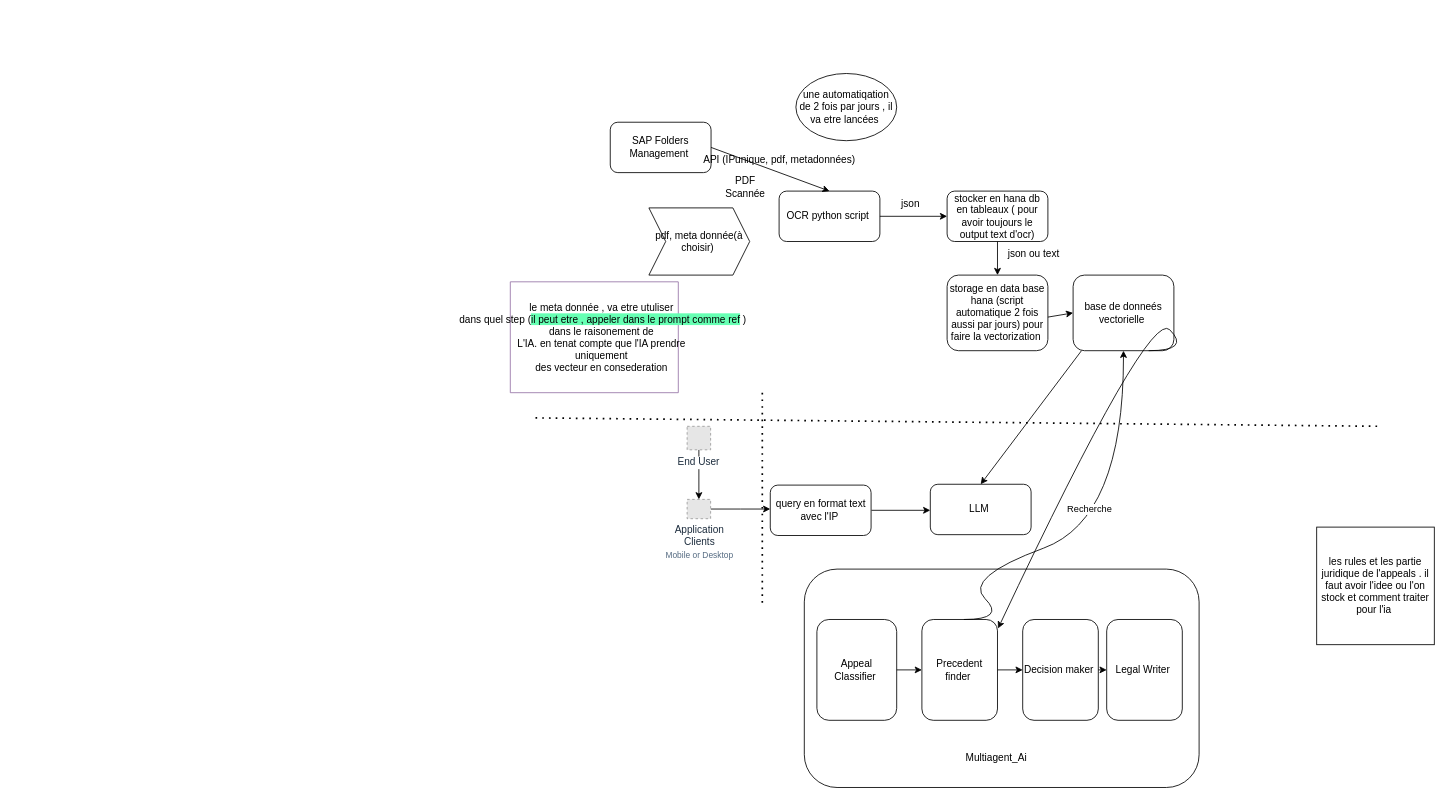
Before: architectureAI_appeals.drawio in sahar389/algorithme.data_structre, a draw.io diagram. Source tidied: cells renumbered, new cells numbered last; positions are measured from the earlier drawing's top-left corner, leaving out a move shared by most shapes. Both pictures are drawn from the tidied source at 84%, with x=0, y=0 at pixel (447, 73). Pictures stored in the file or linked from it are replaced by grey dashed boxes.
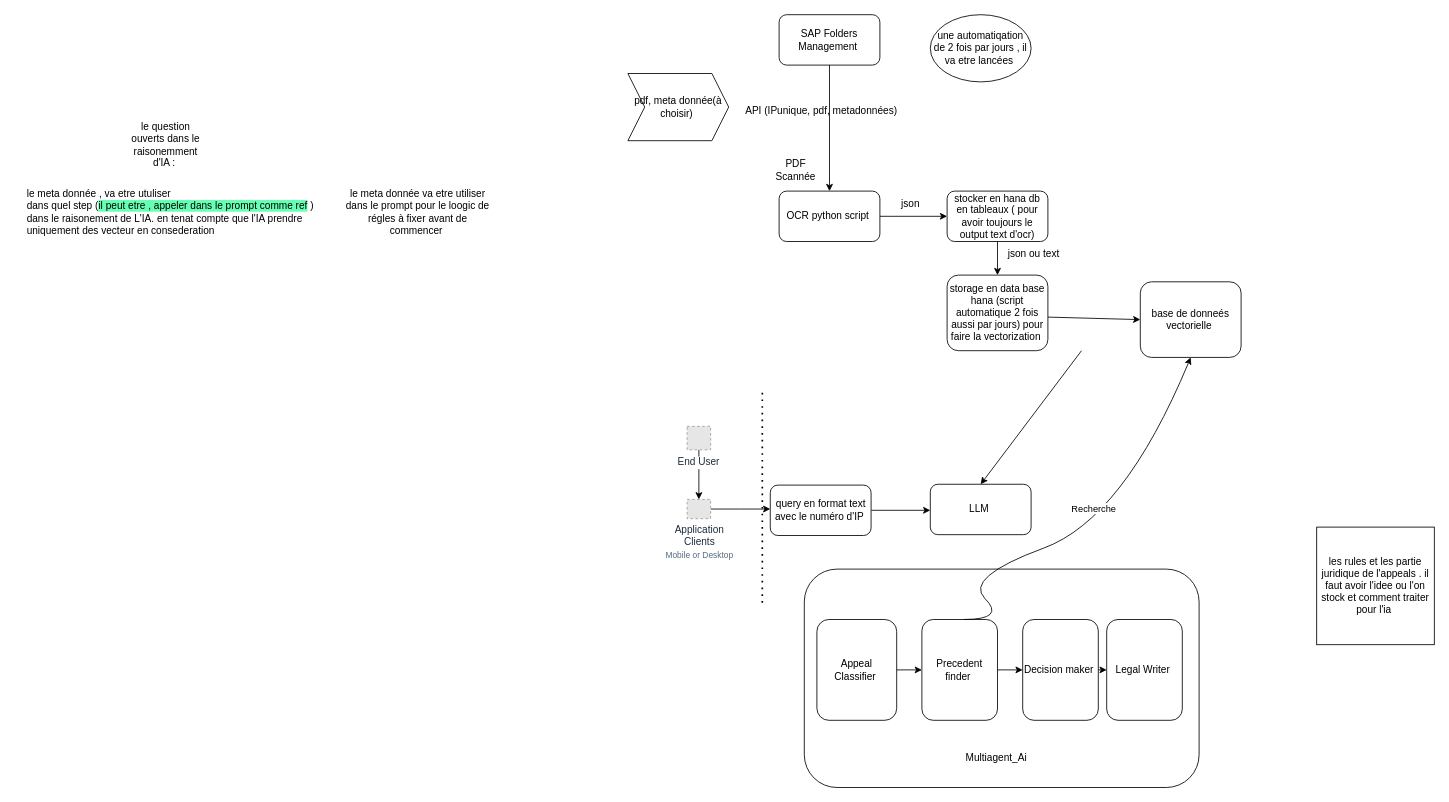
Above is the later version.

The change refers to these unchanged cells:
```xml
<mxCell id="7" value="OCR python script&amp;nbsp;" style="rounded=1;whiteSpace=wrap;html=1;" parent="1" vertex="1">
  <mxGeometry x="395" y="140" width="120" height="60" as="geometry" />
</mxCell>
<mxCell id="25" value="Precedent finder&amp;nbsp;" style="rounded=1;whiteSpace=wrap;html=1;" parent="1" vertex="1">
  <mxGeometry x="565" y="650" width="90" height="120" as="geometry" />
</mxCell>
```

The edit, as a diff of the source:
```diff
@@
-    <mxCell id="6" value="query en format text avec l'IP&amp;nbsp;" style="rounded=1;whiteSpace=wrap;html=1;" parent="1" vertex="1">
+    <mxCell id="6" value="query en format text avec le numéro d'IP&amp;nbsp;" style="rounded=1;whiteSpace=wrap;html=1;" parent="1" vertex="1">
       <mxGeometry x="384.5" y="490" width="120" height="60" as="geometry" />
     </mxCell>
@@
     <mxCell id="8" value="SAP Folders Management&amp;nbsp;" style="rounded=1;whiteSpace=wrap;html=1;" parent="1" vertex="1">
-      <mxGeometry x="194" y="58" width="120" height="60" as="geometry" />
+      <mxGeometry x="395" y="-70" width="120" height="60" as="geometry" />
     </mxCell>
-    <mxCell id="9" style="endArrow=classic;html=1;rounded=0;entryX=0.5;entryY=0;entryDx=0;entryDy=0;exitX=1;exitY=0.5;exitDx=0;exitDy=0;" parent="1" edge="1" source="8" target="7">
+    <mxCell id="9" style="endArrow=classic;html=1;rounded=0;entryX=0.5;entryY=0;entryDx=0;entryDy=0;exitX=0.5;exitY=1;exitDx=0;exitDy=0;" parent="1" edge="1" source="8" target="7">
       <mxGeometry relative="1" as="geometry" />
     </mxCell>
     <mxCell id="10" value="API (IPunique, pdf, metadonnées)" style="text;html=1;align=center;verticalAlign=middle;strokeColor=none;fillColor=none;" parent="1" vertex="1">
-      <mxGeometry x="295" y="88" width="200" height="30" as="geometry" />
+      <mxGeometry x="344.5" y="30" width="200" height="30" as="geometry" />
     </mxCell>
     <mxCell id="11" value="une automatiqation de 2 fois par jours , il va etre lancées&amp;nbsp;" style="ellipse;whiteSpace=wrap;html=1;" parent="1" vertex="1">
-      <mxGeometry x="415" width="120" height="80" as="geometry" />
+      <mxGeometry x="575" y="-70" width="120" height="80" as="geometry" />
     </mxCell>
@@
     <mxCell id="15" value="PDF Scannée" style="text;html=1;align=center;verticalAlign=middle;whiteSpace=wrap;rounded=0;" parent="1" vertex="1">
-      <mxGeometry x="325" y="120" width="60" height="30" as="geometry" />
+      <mxGeometry x="385" y="100" width="60" height="30" as="geometry" />
     </mxCell>
@@
     <mxCell id="19" value="base de donneés vectorielle&amp;nbsp;" style="rounded=1;whiteSpace=wrap;html=1;" parent="1" vertex="1">
-      <mxGeometry x="745" y="240" width="120" height="90" as="geometry" />
+      <mxGeometry x="825" y="248" width="120" height="90" as="geometry" />
     </mxCell>
@@
-    <mxCell id="31" style="curved=1;endArrow=classic;html=1;rounded=0;entryX=1.007;entryY=0.089;entryDx=0;entryDy=0;entryPerimeter=0;" parent="1" edge="1" target="25">
-      <mxGeometry relative="1" as="geometry">
-        <mxPoint x="835" y="330" as="sourcePoint" />
-        <Array as="points">
-          <mxPoint x="885" y="330" />
-          <mxPoint x="835" y="280" />
-        </Array>
-      </mxGeometry>
-    </mxCell>
@@
     <mxCell id="36" value="pdf, meta donnée(à choisir)&amp;nbsp;" style="shape=step;perimeter=stepPerimeter;whiteSpace=wrap;html=1;fixedSize=1;" parent="1" vertex="1">
-      <mxGeometry x="240" y="160" width="120" height="80" as="geometry" />
+      <mxGeometry x="215" width="120" height="80" as="geometry" />
     </mxCell>
-    <mxCell id="37" style="swimlane;startSize=0;fillColor=#E1D5E7;strokeColor=#9673A6;" parent="1" vertex="1">
-      <mxGeometry x="75" y="248" width="200" height="132" as="geometry" />
-    </mxCell>
-    <mxCell id="38" style="endArrow=none;dashed=1;html=1;dashPattern=1 3;strokeWidth=2;rounded=0;" parent="37" edge="1">
-      <mxGeometry relative="1" as="geometry">
-        <mxPoint x="30" y="162" as="sourcePoint" />
-        <mxPoint x="1035.3" y="172" as="targetPoint" />
-      </mxGeometry>
-    </mxCell>
-    <mxCell id="39" value="&lt;div&gt;&lt;br&gt;&lt;/div&gt;&lt;div&gt;&lt;br&gt;&lt;/div&gt;&lt;div&gt;&lt;br&gt;&lt;/div&gt;le meta donnée , va etre utuliser&amp;nbsp;&lt;div&gt;dans quel step (&lt;span style=&quot;background-color: rgb(102, 255, 179);&quot;&gt;il peut etre , appeler dans le prompt comme ref&lt;/span&gt; )&lt;div&gt;dans le raisonement de&amp;nbsp;&lt;/div&gt;&lt;div&gt;L'IA. en tenat compte que l'IA prendre&amp;nbsp;&lt;/div&gt;&lt;div&gt;uniquement&amp;nbsp;&lt;/div&gt;&lt;div&gt;des vecteur en consederation&amp;nbsp;&lt;/div&gt;&lt;/div&gt;" style="text;html=1;align=center;verticalAlign=middle;strokeColor=none;fillColor=none;" parent="1" vertex="1">
-      <mxGeometry y="223" width="370" height="140" as="geometry" />
-    </mxCell>
@@
+    <mxCell id="42" value="le question ouverts dans le raisonemment d'IA :&amp;nbsp;" style="text;html=1;align=center;verticalAlign=middle;whiteSpace=wrap;rounded=0;" parent="1" vertex="1">
+      <mxGeometry x="-385" y="70" width="100" height="30" as="geometry" />
+    </mxCell>
+    <mxCell id="39" value="&lt;div style=&quot;text-align: left;&quot;&gt;&lt;span style=&quot;background-color: transparent; color: light-dark(rgb(0, 0, 0), rgb(255, 255, 255));&quot;&gt;le meta donnée , va etre utuliser&amp;nbsp;&lt;/span&gt;&lt;/div&gt;&lt;div&gt;&lt;div style=&quot;text-align: left;&quot;&gt;&lt;span style=&quot;background-color: transparent; color: light-dark(rgb(0, 0, 0), rgb(255, 255, 255));&quot;&gt;dans quel step (&lt;/span&gt;&lt;span style=&quot;color: light-dark(rgb(0, 0, 0), rgb(255, 255, 255)); background-color: rgb(102, 255, 179);&quot;&gt;il peut etre , appeler dans le prompt comme ref&lt;/span&gt;&lt;span style=&quot;background-color: transparent; color: light-dark(rgb(0, 0, 0), rgb(255, 255, 255));&quot;&gt; )&lt;/span&gt;&lt;/div&gt;&lt;div style=&quot;text-align: left;&quot;&gt;dans le raisonement de&amp;nbsp;&lt;span style=&quot;background-color: transparent; color: light-dark(rgb(0, 0, 0), rgb(255, 255, 255));&quot;&gt;L'IA. en tenat compte que l'IA prendre&amp;nbsp;&lt;/span&gt;&lt;/div&gt;&lt;div style=&quot;text-align: left;&quot;&gt;uniquement&amp;nbsp;&lt;span style=&quot;background-color: transparent; color: light-dark(rgb(0, 0, 0), rgb(255, 255, 255));&quot;&gt;des vecteur en consederation&amp;nbsp;&lt;/span&gt;&lt;/div&gt;&lt;/div&gt;" style="text;html=1;align=center;verticalAlign=middle;strokeColor=none;fillColor=none;" parent="1" vertex="1">
+      <mxGeometry x="-515" y="130" width="370" height="70" as="geometry" />
+    </mxCell>
+    <mxCell id="43" value="le meta donnée va etre utiliser dans le prompt pour le loogic de régles à fixer avant de commencer&amp;nbsp;" style="text;html=1;align=center;verticalAlign=middle;whiteSpace=wrap;rounded=0;" parent="1" vertex="1">
+      <mxGeometry x="-125" y="150" width="180" height="30" as="geometry" />
+    </mxCell>
```
